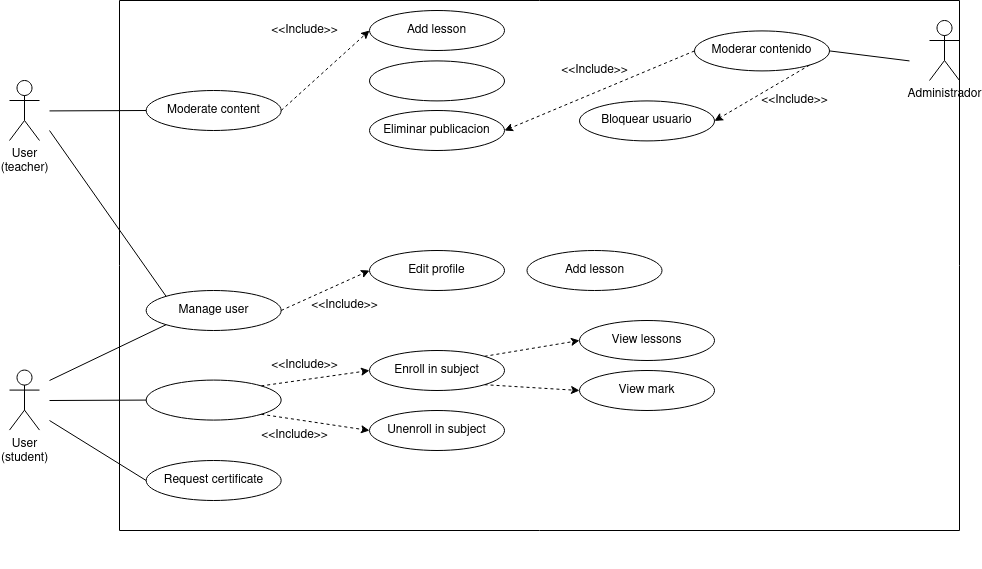
The draw.io diagram diagrams/use-case.png in Chugani05-JesusLugo2002/LuminoDocs, before a commit. Source tidied: cells renumbered, new cells last; positions are measured from the earlier drawing's top-left corner, leaving out a move shared by most shapes.
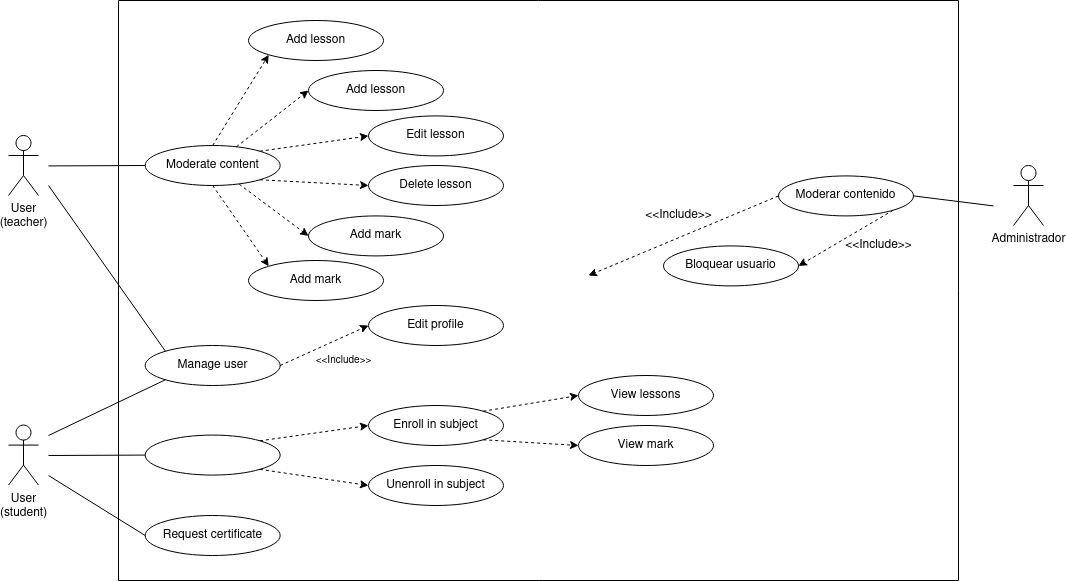
The same file after the commit.

Change to the diagram source:
```diff
@@ -3,88 +3,87 @@
     <mxCell id="0" />
     <mxCell id="1" parent="0" />
     <mxCell id="2" style="swimlane;startSize=0;" parent="1" vertex="1">
-      <mxGeometry x="110" width="840" height="530" as="geometry" />
+      <mxGeometry x="110" width="840" height="580" as="geometry" />
     </mxCell>
     <mxCell id="3" value="Administrador" style="shape=umlActor;verticalLabelPosition=bottom;verticalAlign=top;html=1;" parent="2" vertex="1">
-      <mxGeometry x="810" y="20" width="30" height="60" as="geometry" />
+      <mxGeometry x="895" y="165" width="30" height="60" as="geometry" />
     </mxCell>
-    <mxCell id="4" value="Eliminar publicacion" style="ellipse;whiteSpace=wrap;html=1;" parent="2" vertex="1">
-      <mxGeometry x="250" y="110" width="135" height="40" as="geometry" />
+    <mxCell id="4" value="Delete lesson" style="ellipse;whiteSpace=wrap;html=1;" parent="2" vertex="1">
+      <mxGeometry x="250" y="165" width="135" height="40" as="geometry" />
     </mxCell>
     <mxCell id="5" value="Moderar contenido" style="ellipse;whiteSpace=wrap;html=1;" parent="2" vertex="1">
-      <mxGeometry x="575" y="30.4" width="135" height="40" as="geometry" />
+      <mxGeometry x="660" y="175.4" width="135" height="40" as="geometry" />
     </mxCell>
-    <mxCell id="6" style="ellipse;whiteSpace=wrap;html=1;" parent="2" vertex="1">
-      <mxGeometry x="250" y="60.4" width="135" height="40" as="geometry" />
+    <mxCell id="6" value="Edit lesson" style="ellipse;whiteSpace=wrap;html=1;" parent="2" vertex="1">
+      <mxGeometry x="250" y="115.4" width="135" height="40" as="geometry" />
     </mxCell>
     <mxCell id="7" value="Moderate content" style="ellipse;whiteSpace=wrap;html=1;" parent="2" vertex="1">
-      <mxGeometry x="26.7" y="90" width="135" height="40" as="geometry" />
+      <mxGeometry x="26.7" y="145" width="135" height="40" as="geometry" />
     </mxCell>
     <mxCell id="8" style="edgeStyle=orthogonalEdgeStyle;rounded=0;orthogonalLoop=1;jettySize=auto;html=1;exitX=0.5;exitY=1;exitDx=0;exitDy=0;" parent="2" edge="1">
       <mxGeometry relative="1" as="geometry">
-        <mxPoint x="176.7" y="289.6" as="sourcePoint" />
-        <mxPoint x="176.7" y="289.6" as="targetPoint" />
+        <mxPoint x="176.7" y="344.6" as="sourcePoint" />
+        <mxPoint x="176.7" y="344.6" as="targetPoint" />
       </mxGeometry>
     </mxCell>
     <mxCell id="9" style="endArrow=none;html=1;rounded=0;entryX=0;entryY=0.5;entryDx=0;entryDy=0;" parent="2" edge="1" target="7">
       <mxGeometry relative="1" as="geometry">
-        <mxPoint x="-70" y="110.4" as="sourcePoint" />
+        <mxPoint x="-70" y="165.4" as="sourcePoint" />
       </mxGeometry>
     </mxCell>
     <mxCell id="10" value="Manage user" style="ellipse;whiteSpace=wrap;html=1;" parent="2" vertex="1">
-      <mxGeometry x="26.7" y="290" width="135" height="40" as="geometry" />
+      <mxGeometry x="26.7" y="345" width="135" height="40" as="geometry" />
     </mxCell>
     <mxCell id="11" value="Add lesson" style="ellipse;whiteSpace=wrap;html=1;" parent="2" vertex="1">
-      <mxGeometry x="250" y="10" width="135" height="40" as="geometry" />
+      <mxGeometry x="190" y="70" width="135" height="40" as="geometry" />
     </mxCell>
-    <mxCell id="12" style="endArrow=classic;dashed=1;html=1;rounded=0;exitX=1;exitY=0.5;exitDx=0;exitDy=0;entryX=0;entryY=0.5;entryDx=0;entryDy=0;endFill=1;" parent="2" edge="1" source="7" target="11">
+    <mxCell id="12" style="endArrow=classic;dashed=1;html=1;rounded=0;exitX=0.5;exitY=0;exitDx=0;exitDy=0;entryX=0;entryY=1;entryDx=0;entryDy=0;endFill=1;" parent="2" edge="1" source="7" target="46">
       <mxGeometry relative="1" as="geometry" />
     </mxCell>
-    <mxCell id="13" value="&amp;lt;&amp;lt;Include&amp;gt;&amp;gt;" style="text;html=1;align=center;verticalAlign=middle;strokeColor=none;fillColor=none;" parent="2" vertex="1">
-      <mxGeometry x="140" y="15" width="90" height="30" as="geometry" />
-    </mxCell>
     <mxCell id="14" value="Edit profile" style="ellipse;whiteSpace=wrap;html=1;" parent="2" vertex="1">
-      <mxGeometry x="250" y="250" width="135" height="40" as="geometry" />
+      <mxGeometry x="250" y="305" width="135" height="40" as="geometry" />
     </mxCell>
     <mxCell id="15" style="endArrow=classic;dashed=1;html=1;rounded=0;exitX=1;exitY=0.5;exitDx=0;exitDy=0;entryX=0;entryY=0.5;entryDx=0;entryDy=0;endFill=1;" parent="2" edge="1" source="10" target="14">
       <mxGeometry relative="1" as="geometry" />
     </mxCell>
-    <mxCell id="16" value="&amp;lt;&amp;lt;Include&amp;gt;&amp;gt;" style="text;html=1;align=center;verticalAlign=middle;strokeColor=none;fillColor=none;" parent="2" vertex="1">
-      <mxGeometry x="180" y="290" width="90" height="30" as="geometry" />
+    <mxCell id="16" value="&lt;font style=&quot;font-size: 10px;&quot;&gt;&amp;lt;&amp;lt;Include&amp;gt;&amp;gt;&lt;/font&gt;" style="text;html=1;align=center;verticalAlign=middle;strokeColor=none;fillColor=none;" parent="2" vertex="1">
+      <mxGeometry x="185" y="345" width="80" height="30" as="geometry" />
     </mxCell>
     <mxCell id="17" value="Bloquear usuario" style="ellipse;whiteSpace=wrap;html=1;" parent="2" vertex="1">
-      <mxGeometry x="460" y="100.4" width="135" height="40" as="geometry" />
+      <mxGeometry x="545" y="245.4" width="135" height="40" as="geometry" />
     </mxCell>
     <mxCell id="18" style="endArrow=classic;dashed=1;html=1;rounded=0;exitX=1;exitY=1;exitDx=0;exitDy=0;entryX=1;entryY=0.5;entryDx=0;entryDy=0;endFill=1;" parent="2" edge="1" source="5" target="17">
       <mxGeometry relative="1" as="geometry" />
     </mxCell>
-    <mxCell id="19" style="endArrow=classic;dashed=1;html=1;rounded=0;entryX=1;entryY=0.5;entryDx=0;entryDy=0;endFill=1;exitX=0;exitY=0.5;exitDx=0;exitDy=0;" parent="2" edge="1" source="5" target="4">
-      <mxGeometry relative="1" as="geometry" />
+    <mxCell id="19" style="endArrow=classic;dashed=1;html=1;rounded=0;entryX=1;entryY=0.5;entryDx=0;entryDy=0;endFill=1;exitX=0;exitY=0.5;exitDx=0;exitDy=0;" parent="2" edge="1" source="5">
+      <mxGeometry relative="1" as="geometry">
+        <mxPoint x="470" y="275" as="targetPoint" />
+      </mxGeometry>
     </mxCell>
     <mxCell id="20" value="&amp;lt;&amp;lt;Include&amp;gt;&amp;gt;" style="text;html=1;align=center;verticalAlign=middle;strokeColor=none;fillColor=none;" parent="2" vertex="1">
-      <mxGeometry x="430" y="55" width="90" height="30" as="geometry" />
+      <mxGeometry x="515" y="200" width="90" height="30" as="geometry" />
     </mxCell>
     <mxCell id="21" value="&amp;lt;&amp;lt;Include&amp;gt;&amp;gt;" style="text;html=1;align=center;verticalAlign=middle;strokeColor=none;fillColor=none;" parent="2" vertex="1">
-      <mxGeometry x="630" y="85" width="90" height="30" as="geometry" />
+      <mxGeometry x="715" y="230" width="90" height="30" as="geometry" />
     </mxCell>
     <mxCell id="22" style="endArrow=none;html=1;rounded=0;exitX=1;exitY=0.5;exitDx=0;exitDy=0;" parent="2" edge="1" source="5">
       <mxGeometry relative="1" as="geometry">
-        <mxPoint x="790" y="60.4" as="targetPoint" />
+        <mxPoint x="875" y="205.4" as="targetPoint" />
       </mxGeometry>
     </mxCell>
     <mxCell id="23" value="&lt;div&gt;User&lt;/div&gt;&lt;div&gt;(teacher)&lt;/div&gt;" style="shape=umlActor;verticalLabelPosition=bottom;verticalAlign=top;html=1;fontStyle=0;" parent="2" vertex="1">
-      <mxGeometry x="-110" y="80" width="30" height="60" as="geometry" />
+      <mxGeometry x="-110" y="135" width="30" height="60" as="geometry" />
     </mxCell>
     <mxCell id="24" style="endArrow=none;html=1;rounded=0;entryX=0;entryY=0;entryDx=0;entryDy=0;" parent="2" edge="1" target="10">
       <mxGeometry relative="1" as="geometry">
-        <mxPoint x="-70" y="130" as="sourcePoint" />
+        <mxPoint x="-70" y="185" as="sourcePoint" />
       </mxGeometry>
     </mxCell>
     <mxCell id="25" value="View lessons" style="ellipse;whiteSpace=wrap;html=1;" parent="2" vertex="1">
-      <mxGeometry x="460" y="320" width="135" height="40" as="geometry" />
+      <mxGeometry x="460" y="375" width="135" height="40" as="geometry" />
     </mxCell>
     <mxCell id="26" style="ellipse;whiteSpace=wrap;html=1;" parent="2" vertex="1">
-      <mxGeometry x="26.7" y="379.6" width="135" height="40" as="geometry" />
+      <mxGeometry x="26.7" y="434.6" width="135" height="40" as="geometry" />
     </mxCell>
     <mxCell id="27" style="edgeStyle=orthogonalEdgeStyle;rounded=0;orthogonalLoop=1;jettySize=auto;html=1;exitX=0.5;exitY=1;exitDx=0;exitDy=0;" parent="2" edge="1">
       <mxGeometry relative="1" as="geometry">
@@ -94,48 +93,42 @@
     </mxCell>
     <mxCell id="28" style="endArrow=none;html=1;rounded=0;entryX=0;entryY=1;entryDx=0;entryDy=0;" parent="2" edge="1" target="10">
       <mxGeometry relative="1" as="geometry">
-        <mxPoint x="-70" y="380" as="sourcePoint" />
+        <mxPoint x="-70" y="435" as="sourcePoint" />
       </mxGeometry>
     </mxCell>
     <mxCell id="29" style="endArrow=none;html=1;rounded=0;entryX=0;entryY=0.5;entryDx=0;entryDy=0;" parent="2" edge="1" target="26">
       <mxGeometry relative="1" as="geometry">
-        <mxPoint x="-70" y="400" as="sourcePoint" />
+        <mxPoint x="-70" y="455" as="sourcePoint" />
       </mxGeometry>
     </mxCell>
     <mxCell id="30" value="Request certificate" style="ellipse;whiteSpace=wrap;html=1;" parent="2" vertex="1">
-      <mxGeometry x="26.7" y="460" width="135" height="40" as="geometry" />
+      <mxGeometry x="26.7" y="515" width="135" height="40" as="geometry" />
     </mxCell>
     <mxCell id="31" value="Enroll in subject" style="ellipse;whiteSpace=wrap;html=1;" parent="2" vertex="1">
-      <mxGeometry x="250" y="350" width="135" height="40" as="geometry" />
+      <mxGeometry x="250" y="405" width="135" height="40" as="geometry" />
     </mxCell>
     <mxCell id="32" style="endArrow=classic;dashed=1;html=1;rounded=0;exitX=1;exitY=0;exitDx=0;exitDy=0;entryX=0;entryY=0.5;entryDx=0;entryDy=0;endFill=1;" parent="2" edge="1" source="26" target="31">
       <mxGeometry relative="1" as="geometry" />
     </mxCell>
-    <mxCell id="33" value="&amp;lt;&amp;lt;Include&amp;gt;&amp;gt;" style="text;html=1;align=center;verticalAlign=middle;strokeColor=none;fillColor=none;" parent="2" vertex="1">
-      <mxGeometry x="140" y="349.6" width="90" height="30" as="geometry" />
-    </mxCell>
     <mxCell id="34" value="&lt;div&gt;User&lt;/div&gt;&lt;div&gt;(student)&lt;/div&gt;" style="shape=umlActor;verticalLabelPosition=bottom;verticalAlign=top;html=1;fontStyle=0;" parent="2" vertex="1">
-      <mxGeometry x="-110" y="369.6" width="30" height="60" as="geometry" />
+      <mxGeometry x="-110" y="424.6" width="30" height="60" as="geometry" />
     </mxCell>
     <mxCell id="35" style="endArrow=none;html=1;rounded=0;entryX=0;entryY=0.5;entryDx=0;entryDy=0;" parent="2" edge="1" target="30">
       <mxGeometry relative="1" as="geometry">
-        <mxPoint x="-70" y="420" as="sourcePoint" />
+        <mxPoint x="-70" y="475" as="sourcePoint" />
       </mxGeometry>
     </mxCell>
     <mxCell id="36" value="&lt;div&gt;Unenroll in subject&lt;/div&gt;" style="ellipse;whiteSpace=wrap;html=1;" parent="2" vertex="1">
-      <mxGeometry x="250" y="410" width="135" height="40" as="geometry" />
+      <mxGeometry x="250" y="465" width="135" height="40" as="geometry" />
     </mxCell>
     <mxCell id="37" style="endArrow=classic;dashed=1;html=1;rounded=0;exitX=1;exitY=1;exitDx=0;exitDy=0;entryX=0;entryY=0.5;entryDx=0;entryDy=0;endFill=1;" parent="2" edge="1" source="26" target="36">
       <mxGeometry relative="1" as="geometry" />
     </mxCell>
-    <mxCell id="38" value="&amp;lt;&amp;lt;Include&amp;gt;&amp;gt;" style="text;html=1;align=center;verticalAlign=middle;strokeColor=none;fillColor=none;" parent="2" vertex="1">
-      <mxGeometry x="130" y="420" width="90" height="30" as="geometry" />
-    </mxCell>
-    <mxCell id="39" value="Add lesson" style="ellipse;whiteSpace=wrap;html=1;" parent="2" vertex="1">
-      <mxGeometry x="407.5" y="250" width="135" height="40" as="geometry" />
+    <mxCell id="39" value="Add mark" style="ellipse;whiteSpace=wrap;html=1;" parent="2" vertex="1">
+      <mxGeometry x="190" y="215.4" width="135" height="40" as="geometry" />
     </mxCell>
     <mxCell id="40" value="View mark" style="ellipse;whiteSpace=wrap;html=1;" parent="2" vertex="1">
-      <mxGeometry x="460" y="370" width="135" height="40" as="geometry" />
+      <mxGeometry x="460" y="425" width="135" height="40" as="geometry" />
     </mxCell>
     <mxCell id="41" style="endArrow=classic;dashed=1;html=1;rounded=0;exitX=1;exitY=0;exitDx=0;exitDy=0;entryX=0;entryY=0.5;entryDx=0;entryDy=0;endFill=1;" parent="2" edge="1" source="31" target="25">
       <mxGeometry relative="1" as="geometry" />
@@ -143,5 +136,26 @@
     <mxCell id="42" style="endArrow=classic;dashed=1;html=1;rounded=0;exitX=1;exitY=1;exitDx=0;exitDy=0;entryX=0;entryY=0.5;entryDx=0;entryDy=0;endFill=1;" parent="2" edge="1" source="31" target="40">
       <mxGeometry relative="1" as="geometry" />
     </mxCell>
+    <mxCell id="43" style="endArrow=classic;dashed=1;html=1;rounded=0;exitX=0.5;exitY=1;exitDx=0;exitDy=0;entryX=0;entryY=0;entryDx=0;entryDy=0;endFill=1;" parent="2" edge="1" source="7" target="45">
+      <mxGeometry relative="1" as="geometry" />
+    </mxCell>
+    <mxCell id="44" style="endArrow=classic;dashed=1;html=1;rounded=0;exitX=1;exitY=1;exitDx=0;exitDy=0;entryX=0;entryY=0.5;entryDx=0;entryDy=0;endFill=1;" parent="2" edge="1" source="7" target="4">
+      <mxGeometry relative="1" as="geometry" />
+    </mxCell>
+    <mxCell id="45" value="Add mark" style="ellipse;whiteSpace=wrap;html=1;" parent="2" vertex="1">
+      <mxGeometry x="130" y="260" width="135" height="40" as="geometry" />
+    </mxCell>
+    <mxCell id="46" value="Add lesson" style="ellipse;whiteSpace=wrap;html=1;" parent="2" vertex="1">
+      <mxGeometry x="130" y="20" width="135" height="40" as="geometry" />
+    </mxCell>
+    <mxCell id="47" style="endArrow=classic;dashed=1;html=1;rounded=0;exitX=1;exitY=0;exitDx=0;exitDy=0;entryX=0;entryY=0.5;entryDx=0;entryDy=0;endFill=1;" parent="2" edge="1" source="7" target="6">
+      <mxGeometry relative="1" as="geometry" />
+    </mxCell>
+    <mxCell id="48" style="endArrow=classic;dashed=1;html=1;rounded=0;entryX=0;entryY=0.5;entryDx=0;entryDy=0;endFill=1;exitX=0.676;exitY=0.032;exitDx=0;exitDy=0;exitPerimeter=0;" parent="2" edge="1" source="7" target="11">
+      <mxGeometry relative="1" as="geometry" />
+    </mxCell>
+    <mxCell id="49" style="endArrow=classic;dashed=1;html=1;rounded=0;exitX=0.696;exitY=0.966;exitDx=0;exitDy=0;entryX=0;entryY=0.5;entryDx=0;entryDy=0;endFill=1;exitPerimeter=0;" parent="2" edge="1" source="7" target="39">
+      <mxGeometry relative="1" as="geometry" />
+    </mxCell>
   </root>
 </mxGraphModel>
```
